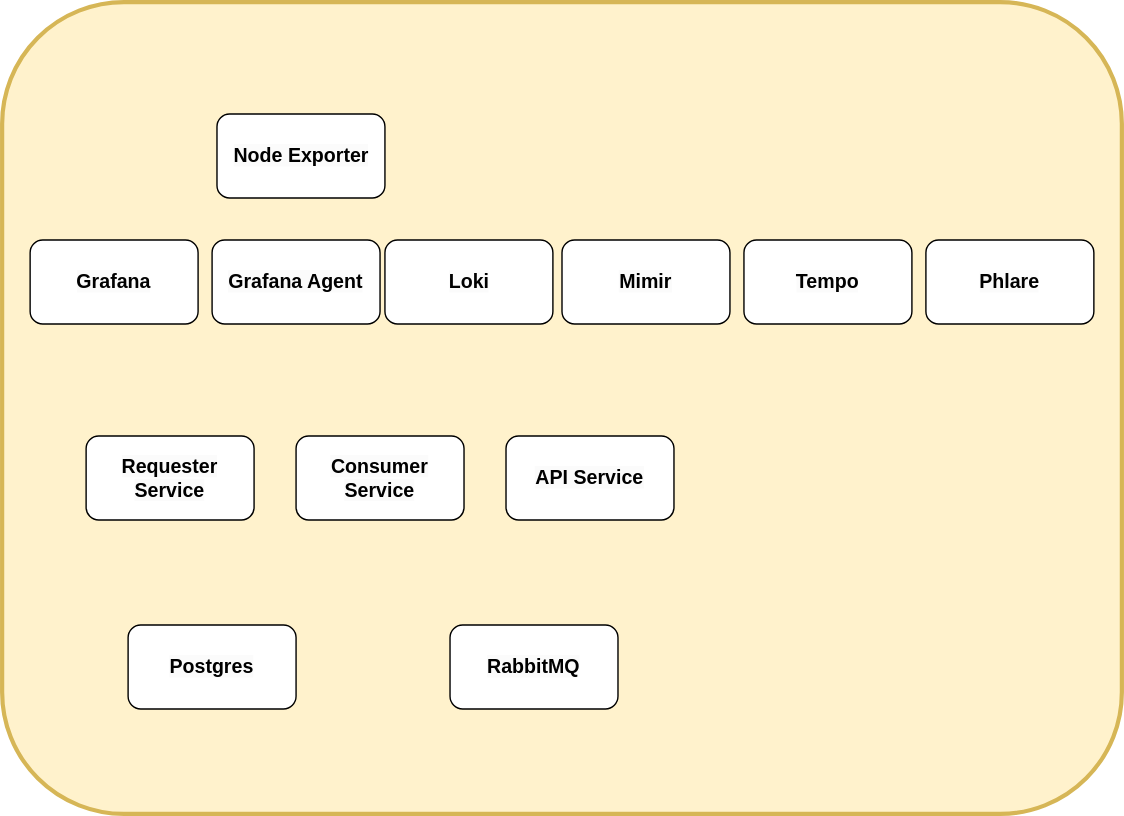
Earlier version of the draw.io export images/mlt_arch.svg (jamesvrooney-spring-boot-observability/intro-to-mlt). Source tidied: cells renumbered, new cells last; positions are measured from the earlier drawing's top-left corner, leaving out a move shared by most shapes.
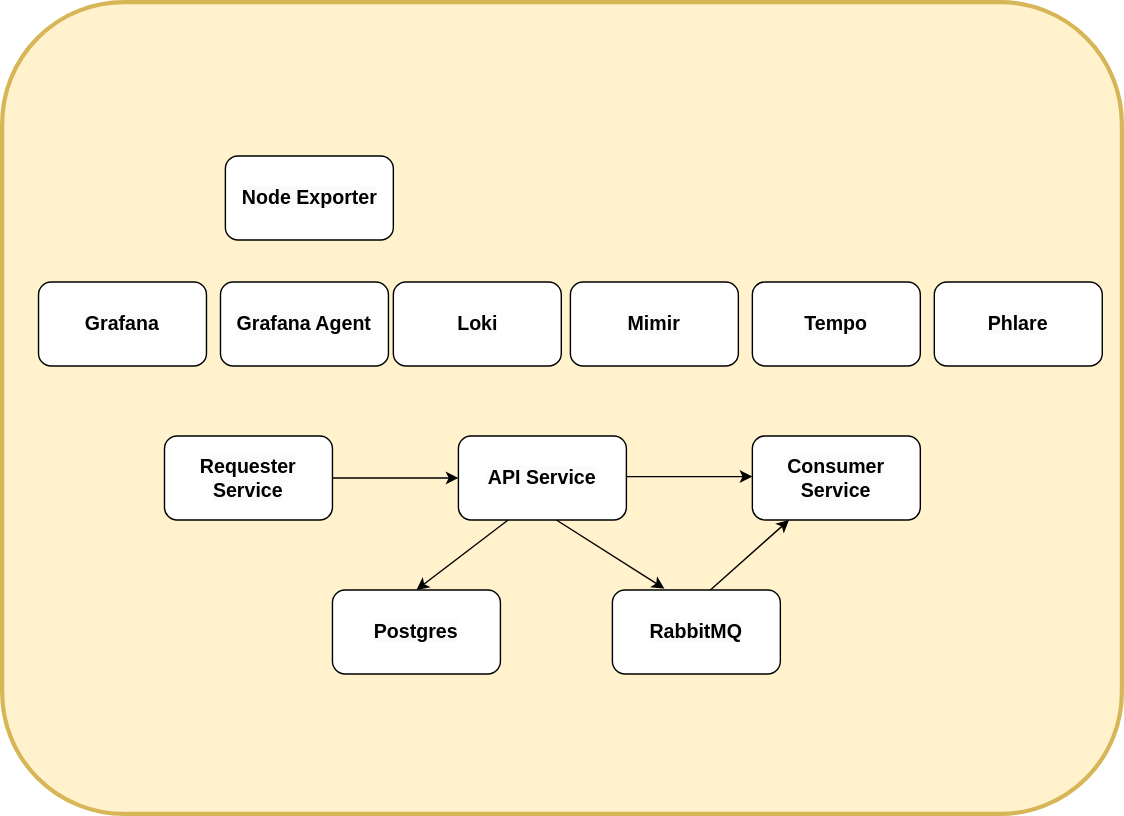
The same diagram one commit later.

Commit message:
Updated architectural diagram.

Diff of the diagram source:
```diff
@@ -3,7 +3,7 @@
     <mxCell id="0" />
     <mxCell id="1" parent="0" />
     <mxCell id="2" style="rounded=1;whiteSpace=wrap;html=1;fontSize=13;glass=0;perimeterSpacing=7;strokeWidth=3;fillColor=#fff2cc;strokeColor=#d6b656;" parent="1" vertex="1">
-      <mxGeometry width="800" height="580" as="geometry" />
+      <mxGeometry x="-6" y="-30" width="800" height="580" as="geometry" />
     </mxCell>
     <mxCell id="3" value="&lt;span style=&quot;color: rgb(0, 0, 0); font-family: Helvetica; font-size: 14px; font-style: normal; font-variant-ligatures: normal; font-variant-caps: normal; font-weight: 700; letter-spacing: normal; orphans: 2; text-align: center; text-indent: 0px; text-transform: none; widows: 2; word-spacing: 0px; -webkit-text-stroke-width: 0px; background-color: rgb(251, 251, 251); text-decoration-thickness: initial; text-decoration-style: initial; text-decoration-color: initial; float: none; display: inline !important;&quot;&gt;Grafana Agent&lt;/span&gt;" style="rounded=1;whiteSpace=wrap;html=1;" parent="1" vertex="1">
       <mxGeometry x="150" y="170" width="120" height="60" as="geometry" />
@@ -12,19 +12,19 @@
       <mxGeometry x="530" y="170" width="120" height="60" as="geometry" />
     </mxCell>
     <mxCell id="5" value="&lt;span style=&quot;color: rgb(0, 0, 0); font-family: Helvetica; font-size: 14px; font-style: normal; font-variant-ligatures: normal; font-variant-caps: normal; font-weight: 700; letter-spacing: normal; orphans: 2; text-align: center; text-indent: 0px; text-transform: none; widows: 2; word-spacing: 0px; -webkit-text-stroke-width: 0px; background-color: rgb(251, 251, 251); text-decoration-thickness: initial; text-decoration-style: initial; text-decoration-color: initial; float: none; display: inline !important;&quot;&gt;RabbitMQ&lt;/span&gt;" style="rounded=1;whiteSpace=wrap;html=1;" parent="1" vertex="1">
-      <mxGeometry x="320" y="445" width="120" height="60" as="geometry" />
+      <mxGeometry x="430" y="390" width="120" height="60" as="geometry" />
     </mxCell>
     <mxCell id="6" value="&lt;span style=&quot;color: rgb(0, 0, 0); font-family: Helvetica; font-size: 14px; font-style: normal; font-variant-ligatures: normal; font-variant-caps: normal; font-weight: 700; letter-spacing: normal; orphans: 2; text-align: center; text-indent: 0px; text-transform: none; widows: 2; word-spacing: 0px; -webkit-text-stroke-width: 0px; background-color: rgb(251, 251, 251); text-decoration-thickness: initial; text-decoration-style: initial; text-decoration-color: initial; float: none; display: inline !important;&quot;&gt;Postgres&lt;/span&gt;" style="rounded=1;whiteSpace=wrap;html=1;" parent="1" vertex="1">
-      <mxGeometry x="90" y="445" width="120" height="60" as="geometry" />
+      <mxGeometry x="230" y="390" width="120" height="60" as="geometry" />
     </mxCell>
     <mxCell id="7" value="&lt;span style=&quot;color: rgb(0, 0, 0); font-family: Helvetica; font-size: 14px; font-style: normal; font-variant-ligatures: normal; font-variant-caps: normal; font-weight: 700; letter-spacing: normal; orphans: 2; text-align: center; text-indent: 0px; text-transform: none; widows: 2; word-spacing: 0px; -webkit-text-stroke-width: 0px; background-color: rgb(251, 251, 251); text-decoration-thickness: initial; text-decoration-style: initial; text-decoration-color: initial; float: none; display: inline !important;&quot;&gt;API Service&lt;/span&gt;" style="rounded=1;whiteSpace=wrap;html=1;" parent="1" vertex="1">
-      <mxGeometry x="360" y="310" width="120" height="60" as="geometry" />
+      <mxGeometry x="320" y="280" width="120" height="60" as="geometry" />
     </mxCell>
     <mxCell id="8" value="&lt;span style=&quot;color: rgb(0, 0, 0); font-family: Helvetica; font-size: 14px; font-style: normal; font-variant-ligatures: normal; font-variant-caps: normal; font-weight: 700; letter-spacing: normal; orphans: 2; text-align: center; text-indent: 0px; text-transform: none; widows: 2; word-spacing: 0px; -webkit-text-stroke-width: 0px; background-color: rgb(251, 251, 251); text-decoration-thickness: initial; text-decoration-style: initial; text-decoration-color: initial; float: none; display: inline !important;&quot;&gt;Consumer Service&lt;/span&gt;" style="rounded=1;whiteSpace=wrap;html=1;" parent="1" vertex="1">
-      <mxGeometry x="210" y="310" width="120" height="60" as="geometry" />
+      <mxGeometry x="530" y="280" width="120" height="60" as="geometry" />
     </mxCell>
     <mxCell id="9" value="&lt;meta charset=&quot;utf-8&quot;&gt;&lt;span style=&quot;color: rgb(0, 0, 0); font-family: Helvetica; font-size: 14px; font-style: normal; font-variant-ligatures: normal; font-variant-caps: normal; font-weight: 700; letter-spacing: normal; orphans: 2; text-align: center; text-indent: 0px; text-transform: none; widows: 2; word-spacing: 0px; -webkit-text-stroke-width: 0px; background-color: rgb(251, 251, 251); text-decoration-thickness: initial; text-decoration-style: initial; text-decoration-color: initial; float: none; display: inline !important;&quot;&gt;Requester Service&lt;/span&gt;" style="rounded=1;whiteSpace=wrap;html=1;" parent="1" vertex="1">
-      <mxGeometry x="60" y="310" width="120" height="60" as="geometry" />
+      <mxGeometry x="110" y="280" width="120" height="60" as="geometry" />
     </mxCell>
     <mxCell id="10" value="&lt;span style=&quot;color: rgb(0, 0, 0); font-family: Helvetica; font-size: 14px; font-style: normal; font-variant-ligatures: normal; font-variant-caps: normal; font-weight: 700; letter-spacing: normal; orphans: 2; text-align: center; text-indent: 0px; text-transform: none; widows: 2; word-spacing: 0px; -webkit-text-stroke-width: 0px; background-color: rgb(251, 251, 251); text-decoration-thickness: initial; text-decoration-style: initial; text-decoration-color: initial; float: none; display: inline !important;&quot;&gt;Loki&lt;/span&gt;" style="rounded=1;whiteSpace=wrap;html=1;" parent="1" vertex="1">
       <mxGeometry x="273.5" y="170" width="120" height="60" as="geometry" />
@@ -41,5 +41,31 @@
     <mxCell id="14" value="&lt;span style=&quot;color: rgb(0, 0, 0); font-family: Helvetica; font-size: 14px; font-style: normal; font-variant-ligatures: normal; font-variant-caps: normal; font-weight: 700; letter-spacing: normal; orphans: 2; text-align: center; text-indent: 0px; text-transform: none; widows: 2; word-spacing: 0px; -webkit-text-stroke-width: 0px; background-color: rgb(251, 251, 251); text-decoration-thickness: initial; text-decoration-style: initial; text-decoration-color: initial; float: none; display: inline !important;&quot;&gt;Node Exporter&lt;/span&gt;" style="rounded=1;whiteSpace=wrap;html=1;" parent="1" vertex="1">
       <mxGeometry x="153.5" y="80" width="120" height="60" as="geometry" />
     </mxCell>
+    <mxCell id="15" style="endArrow=classic;html=1;rounded=0;fontSize=13;entryX=0;entryY=0.5;entryDx=0;entryDy=0;" parent="1" edge="1" target="7">
+      <mxGeometry relative="1" as="geometry">
+        <mxPoint x="230" y="310" as="sourcePoint" />
+      </mxGeometry>
+    </mxCell>
+    <mxCell id="16" style="endArrow=classic;html=1;rounded=0;fontSize=13;entryX=0;entryY=0.5;entryDx=0;entryDy=0;" parent="1" edge="1">
+      <mxGeometry relative="1" as="geometry">
+        <mxPoint x="440" y="309" as="sourcePoint" />
+        <mxPoint x="530" y="309" as="targetPoint" />
+      </mxGeometry>
+    </mxCell>
+    <mxCell id="17" style="endArrow=classic;html=1;rounded=0;fontSize=13;entryX=0.31;entryY=-0.015;entryDx=0;entryDy=0;entryPerimeter=0;" parent="1" edge="1" target="5">
+      <mxGeometry relative="1" as="geometry">
+        <mxPoint x="390" y="340" as="sourcePoint" />
+      </mxGeometry>
+    </mxCell>
+    <mxCell id="18" style="endArrow=classic;html=1;rounded=0;fontSize=13;" parent="1" edge="1" target="8">
+      <mxGeometry relative="1" as="geometry">
+        <mxPoint x="500" y="390" as="sourcePoint" />
+      </mxGeometry>
+    </mxCell>
+    <mxCell id="19" style="endArrow=classic;html=1;rounded=0;fontSize=13;entryX=0.5;entryY=0;entryDx=0;entryDy=0;" parent="1" edge="1" target="6">
+      <mxGeometry relative="1" as="geometry">
+        <mxPoint x="355.5" y="340" as="sourcePoint" />
+      </mxGeometry>
+    </mxCell>
   </root>
 </mxGraphModel>
```
